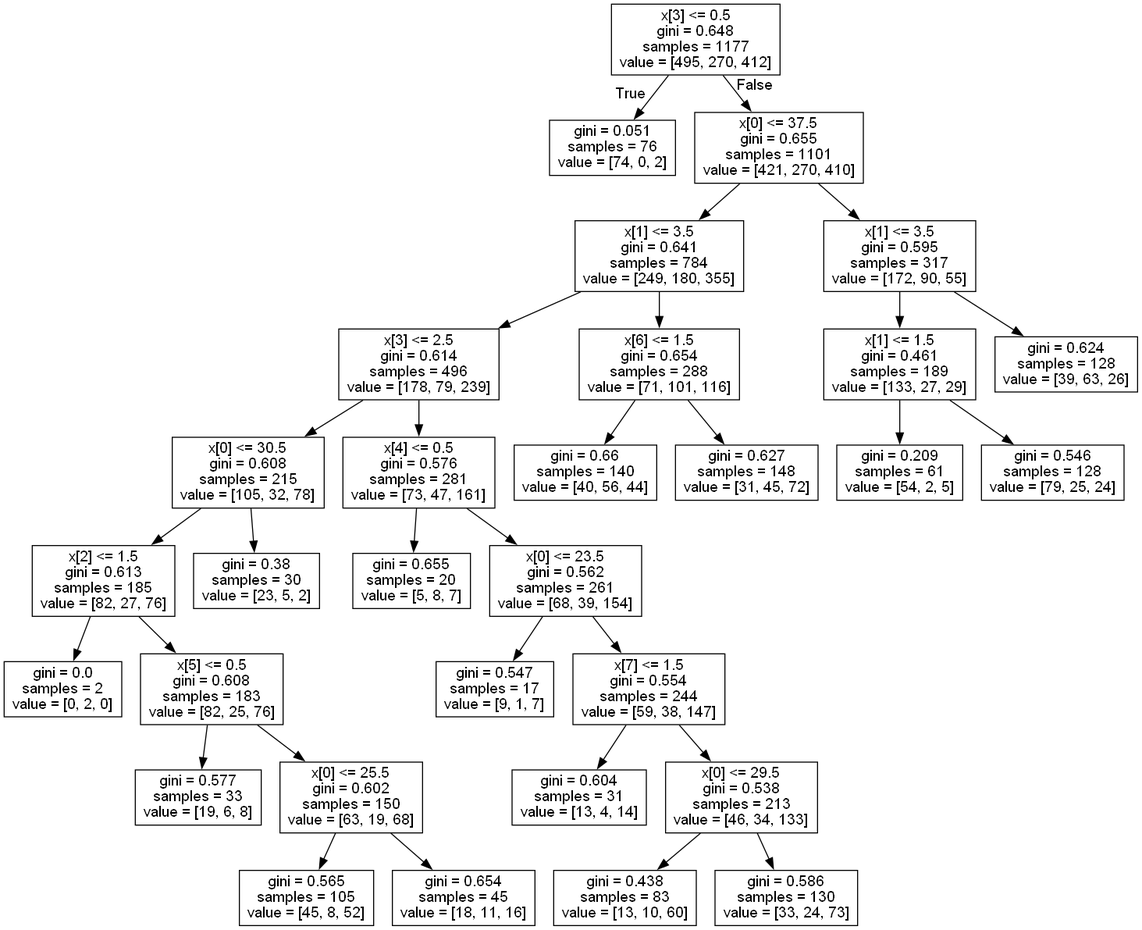
cccbook/py2cs keeps this Graphviz diagram as 03-人工智慧/04-機器學習/01-傳統機器學習/02-分類/02-classifier/tree.png. Above is the earlier version. Its source is kept beside it as 03-人工智慧/04-機器學習/01-傳統機器學習/02-分類/02-classifier/tree.dot.
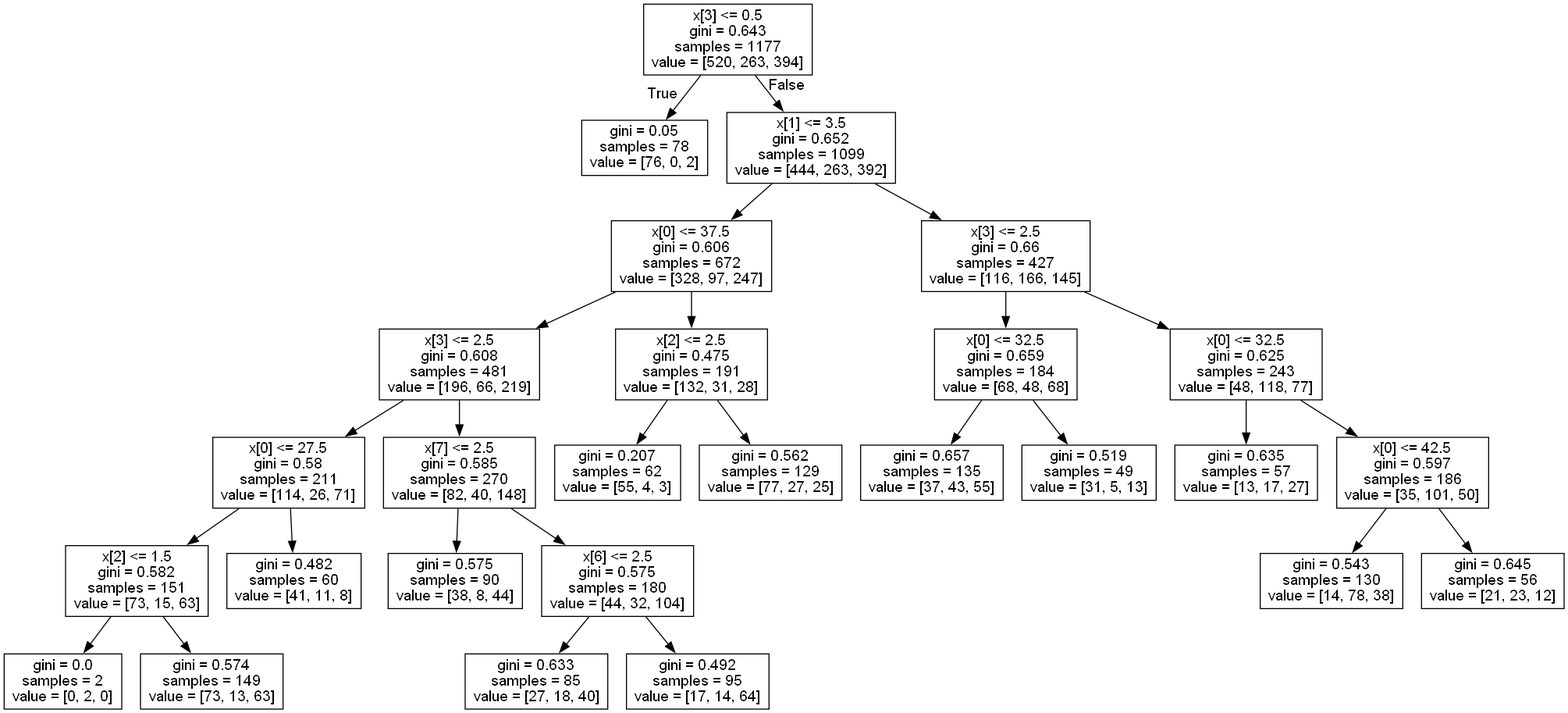
After the commit.

Change to the diagram source:
```diff
@@ -1,65 +1,57 @@
 digraph Tree {
 node [shape=box, fontname="helvetica"] ;
 edge [fontname="helvetica"] ;
-0 [label="x[3] <= 0.5\ngini = 0.648\nsamples = 1177\nvalue = [495, 270, 412]"] ;
-1 [label="gini = 0.051\nsamples = 76\nvalue = [74, 0, 2]"] ;
+0 [label="x[3] <= 0.5\ngini = 0.643\nsamples = 1177\nvalue = [520, 263, 394]"] ;
+1 [label="gini = 0.05\nsamples = 78\nvalue = [76, 0, 2]"] ;
 0 -> 1 [labeldistance=2.5, labelangle=45, headlabel="True"] ;
-2 [label="x[0] <= 37.5\ngini = 0.655\nsamples = 1101\nvalue = [421, 270, 410]"] ;
+2 [label="x[1] <= 3.5\ngini = 0.652\nsamples = 1099\nvalue = [444, 263, 392]"] ;
 0 -> 2 [labeldistance=2.5, labelangle=-45, headlabel="False"] ;
-3 [label="x[1] <= 3.5\ngini = 0.641\nsamples = 784\nvalue = [249, 180, 355]"] ;
+3 [label="x[0] <= 37.5\ngini = 0.606\nsamples = 672\nvalue = [328, 97, 247]"] ;
 2 -> 3 ;
-4 [label="x[3] <= 2.5\ngini = 0.614\nsamples = 496\nvalue = [178, 79, 239]"] ;
+4 [label="x[3] <= 2.5\ngini = 0.608\nsamples = 481\nvalue = [196, 66, 219]"] ;
 3 -> 4 ;
-5 [label="x[0] <= 30.5\ngini = 0.608\nsamples = 215\nvalue = [105, 32, 78]"] ;
+5 [label="x[0] <= 27.5\ngini = 0.58\nsamples = 211\nvalue = [114, 26, 71]"] ;
 4 -> 5 ;
-6 [label="x[2] <= 1.5\ngini = 0.613\nsamples = 185\nvalue = [82, 27, 76]"] ;
+6 [label="x[2] <= 1.5\ngini = 0.582\nsamples = 151\nvalue = [73, 15, 63]"] ;
 5 -> 6 ;
 7 [label="gini = 0.0\nsamples = 2\nvalue = [0, 2, 0]"] ;
 6 -> 7 ;
-8 [label="x[5] <= 0.5\ngini = 0.608\nsamples = 183\nvalue = [82, 25, 76]"] ;
+8 [label="gini = 0.574\nsamples = 149\nvalue = [73, 13, 63]"] ;
 6 -> 8 ;
-9 [label="gini = 0.577\nsamples = 33\nvalue = [19, 6, 8]"] ;
-8 -> 9 ;
-10 [label="x[0] <= 25.5\ngini = 0.602\nsamples = 150\nvalue = [63, 19, 68]"] ;
-8 -> 10 ;
-11 [label="gini = 0.565\nsamples = 105\nvalue = [45, 8, 52]"] ;
+9 [label="gini = 0.482\nsamples = 60\nvalue = [41, 11, 8]"] ;
+5 -> 9 ;
+10 [label="x[7] <= 2.5\ngini = 0.585\nsamples = 270\nvalue = [82, 40, 148]"] ;
+4 -> 10 ;
+11 [label="gini = 0.575\nsamples = 90\nvalue = [38, 8, 44]"] ;
 10 -> 11 ;
-12 [label="gini = 0.654\nsamples = 45\nvalue = [18, 11, 16]"] ;
+12 [label="x[6] <= 2.5\ngini = 0.575\nsamples = 180\nvalue = [44, 32, 104]"] ;
 10 -> 12 ;
-13 [label="gini = 0.38\nsamples = 30\nvalue = [23, 5, 2]"] ;
-5 -> 13 ;
-14 [label="x[4] <= 0.5\ngini = 0.576\nsamples = 281\nvalue = [73, 47, 161]"] ;
-4 -> 14 ;
-15 [label="gini = 0.655\nsamples = 20\nvalue = [5, 8, 7]"] ;
-14 -> 15 ;
-16 [label="x[0] <= 23.5\ngini = 0.562\nsamples = 261\nvalue = [68, 39, 154]"] ;
-14 -> 16 ;
-17 [label="gini = 0.547\nsamples = 17\nvalue = [9, 1, 7]"] ;
-16 -> 17 ;
-18 [label="x[7] <= 1.5\ngini = 0.554\nsamples = 244\nvalue = [59, 38, 147]"] ;
-16 -> 18 ;
-19 [label="gini = 0.604\nsamples = 31\nvalue = [13, 4, 14]"] ;
+13 [label="gini = 0.633\nsamples = 85\nvalue = [27, 18, 40]"] ;
+12 -> 13 ;
+14 [label="gini = 0.492\nsamples = 95\nvalue = [17, 14, 64]"] ;
+12 -> 14 ;
+15 [label="x[2] <= 2.5\ngini = 0.475\nsamples = 191\nvalue = [132, 31, 28]"] ;
+3 -> 15 ;
+16 [label="gini = 0.207\nsamples = 62\nvalue = [55, 4, 3]"] ;
+15 -> 16 ;
+17 [label="gini = 0.562\nsamples = 129\nvalue = [77, 27, 25]"] ;
+15 -> 17 ;
+18 [label="x[3] <= 2.5\ngini = 0.66\nsamples = 427\nvalue = [116, 166, 145]"] ;
+2 -> 18 ;
+19 [label="x[0] <= 32.5\ngini = 0.659\nsamples = 184\nvalue = [68, 48, 68]"] ;
 18 -> 19 ;
-20 [label="x[0] <= 29.5\ngini = 0.538\nsamples = 213\nvalue = [46, 34, 133]"] ;
-18 -> 20 ;
-21 [label="gini = 0.438\nsamples = 83\nvalue = [13, 10, 60]"] ;
-20 -> 21 ;
-22 [label="gini = 0.586\nsamples = 130\nvalue = [33, 24, 73]"] ;
-20 -> 22 ;
-23 [label="x[6] <= 1.5\ngini = 0.654\nsamples = 288\nvalue = [71, 101, 116]"] ;
-3 -> 23 ;
-24 [label="gini = 0.66\nsamples = 140\nvalue = [40, 56, 44]"] ;
-23 -> 24 ;
-25 [label="gini = 0.627\nsamples = 148\nvalue = [31, 45, 72]"] ;
-23 -> 25 ;
-26 [label="x[1] <= 3.5\ngini = 0.595\nsamples = 317\nvalue = [172, 90, 55]"] ;
-2 -> 26 ;
-27 [label="x[1] <= 1.5\ngini = 0.461\nsamples = 189\nvalue = [133, 27, 29]"] ;
-26 -> 27 ;
-28 [label="gini = 0.209\nsamples = 61\nvalue = [54, 2, 5]"] ;
-27 -> 28 ;
-29 [label="gini = 0.546\nsamples = 128\nvalue = [79, 25, 24]"] ;
-27 -> 29 ;
-30 [label="gini = 0.624\nsamples = 128\nvalue = [39, 63, 26]"] ;
-26 -> 30 ;
+20 [label="gini = 0.657\nsamples = 135\nvalue = [37, 43, 55]"] ;
+19 -> 20 ;
+21 [label="gini = 0.519\nsamples = 49\nvalue = [31, 5, 13]"] ;
+19 -> 21 ;
+22 [label="x[0] <= 32.5\ngini = 0.625\nsamples = 243\nvalue = [48, 118, 77]"] ;
+18 -> 22 ;
+23 [label="gini = 0.635\nsamples = 57\nvalue = [13, 17, 27]"] ;
+22 -> 23 ;
+24 [label="x[0] <= 42.5\ngini = 0.597\nsamples = 186\nvalue = [35, 101, 50]"] ;
+22 -> 24 ;
+25 [label="gini = 0.543\nsamples = 130\nvalue = [14, 78, 38]"] ;
+24 -> 25 ;
+26 [label="gini = 0.645\nsamples = 56\nvalue = [21, 23, 12]"] ;
+24 -> 26 ;
 }
```
